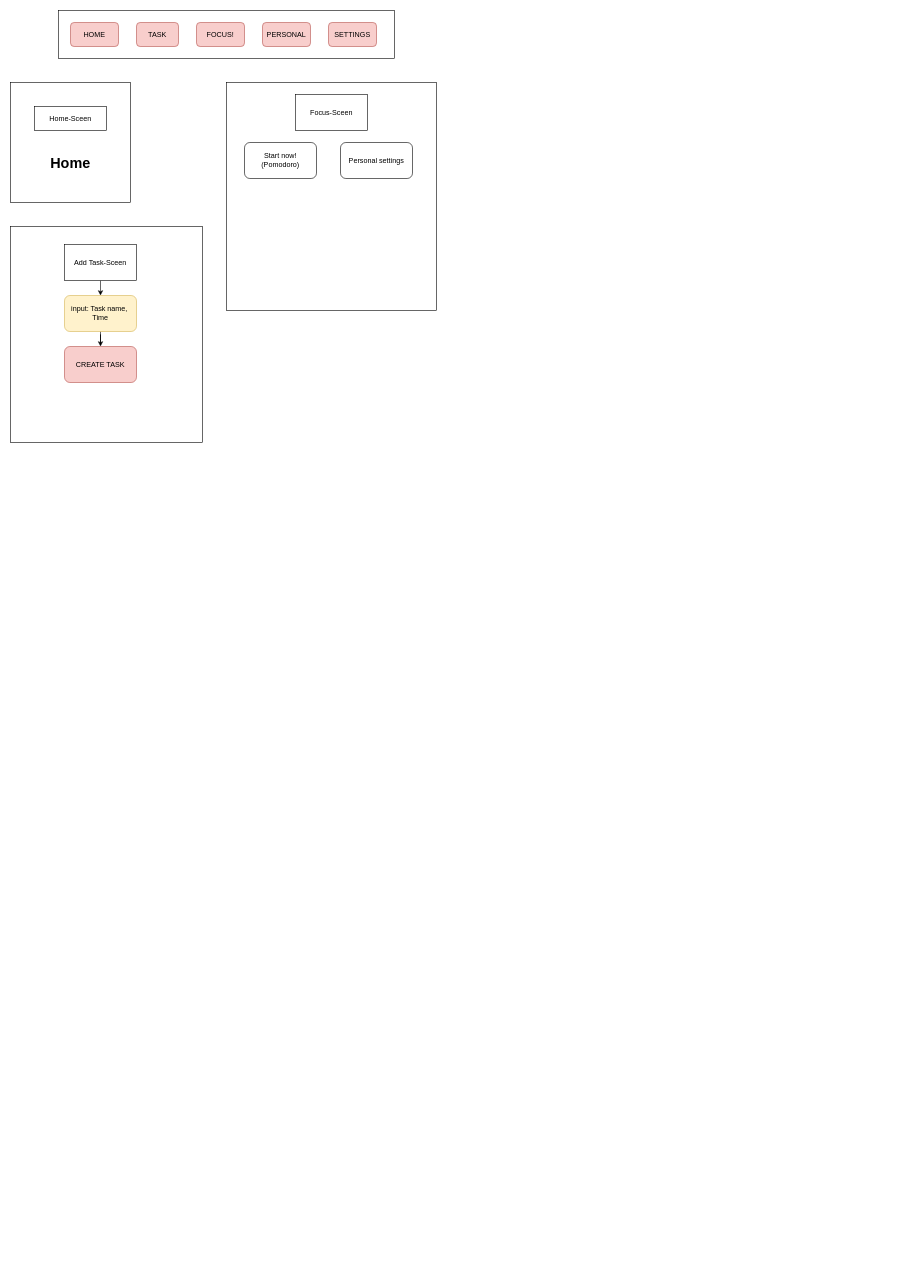
chauanhhhhh/Demo keeps this draw.io diagram as page "Seite-2" (2 of 4) of Unbenanntes Diagramm.drawio. Above is the earlier version. Source tidied: cells renumbered, new cells numbered last; positions are measured from the earlier drawing's top-left corner, leaving out a move shared by most shapes. Both pictures are drawn from the tidied source at 60%, with x=0, y=0 at pixel (10, 10).
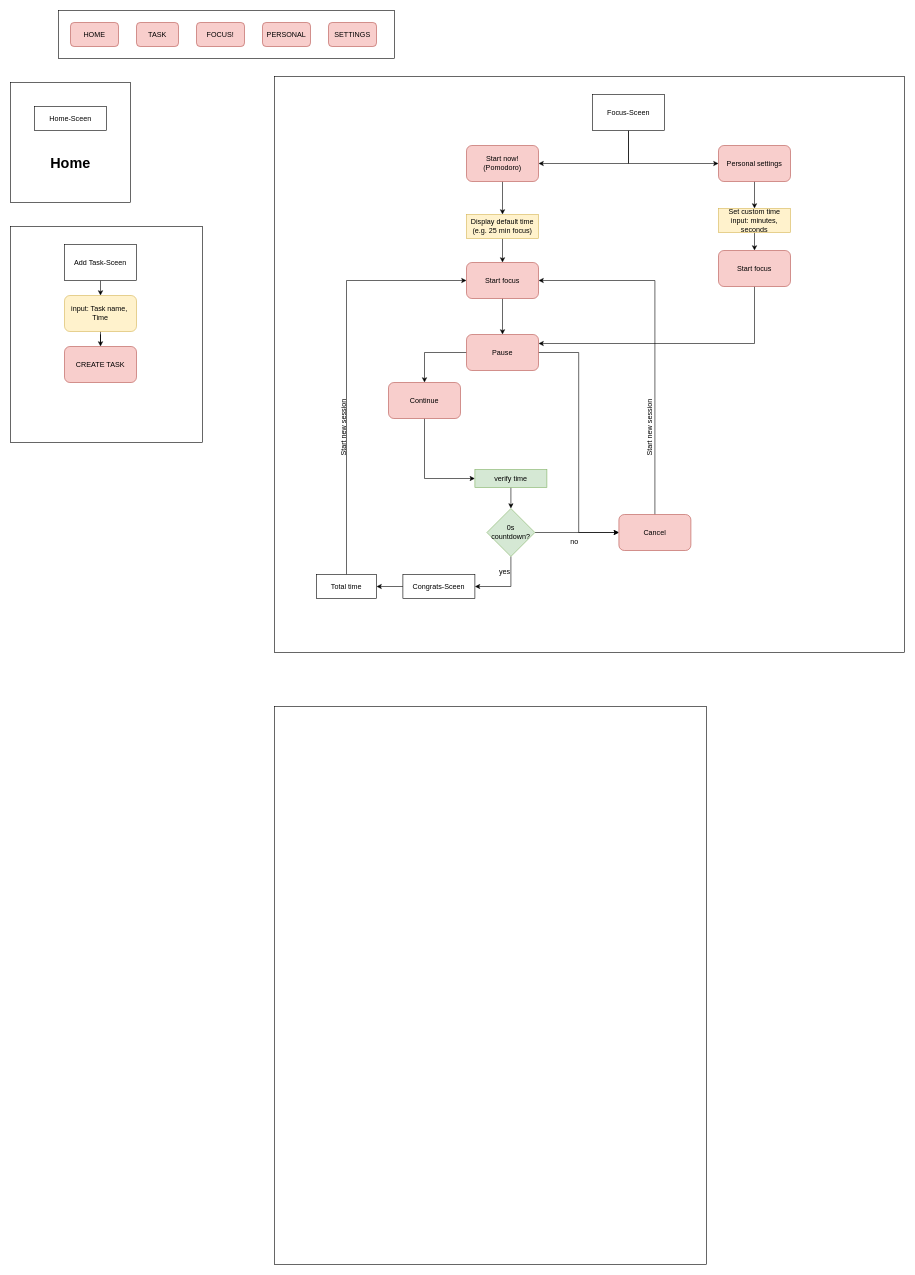
Above is the later version.

What changed in the source:
```diff
@@
     <mxCell id="17" style="rounded=0;whiteSpace=wrap;html=1;" parent="1" vertex="1">
-      <mxGeometry x="360" y="120" width="350" height="380" as="geometry" />
+      <mxGeometry x="440" y="110" width="1050" height="960" as="geometry" />
     </mxCell>
+    <mxCell id="21" style="edgeStyle=orthogonalEdgeStyle;rounded=0;jettySize=auto;html=1;exitX=0.5;exitY=1;exitDx=0;exitDy=0;entryX=1;entryY=0.5;entryDx=0;entryDy=0;" parent="1" edge="1" source="18" target="19">
+      <mxGeometry relative="1" as="geometry" />
+    </mxCell>
+    <mxCell id="22" style="edgeStyle=orthogonalEdgeStyle;rounded=0;jettySize=auto;html=1;exitX=0.5;exitY=1;exitDx=0;exitDy=0;entryX=0;entryY=0.5;entryDx=0;entryDy=0;" parent="1" edge="1" source="18" target="20">
+      <mxGeometry relative="1" as="geometry" />
+    </mxCell>
     <mxCell id="18" value="Focus-Sceen" style="rounded=0;whiteSpace=wrap;html=1;" parent="1" vertex="1">
-      <mxGeometry x="475" y="140" width="120" height="60" as="geometry" />
+      <mxGeometry x="970" y="140" width="120" height="60" as="geometry" />
     </mxCell>
+    <mxCell id="23" style="edgeStyle=orthogonalEdgeStyle;rounded=0;jettySize=auto;html=1;exitX=0.5;exitY=1;exitDx=0;exitDy=0;entryX=0.5;entryY=0;entryDx=0;entryDy=0;" parent="1" edge="1" source="19" target="26">
+      <mxGeometry relative="1" as="geometry" />
+    </mxCell>
-    <mxCell id="19" value="Start now!&lt;div&gt;(Pomodoro)&lt;/div&gt;" style="rounded=1;whiteSpace=wrap;html=1;" parent="1" vertex="1">
-      <mxGeometry x="390" y="220" width="120" height="60" as="geometry" />
+    <mxCell id="19" value="Start now!&lt;div&gt;(Pomodoro)&lt;/div&gt;" style="rounded=1;whiteSpace=wrap;html=1;fillColor=#f8cecc;strokeColor=#b85450;" parent="1" vertex="1">
+      <mxGeometry x="760" y="225" width="120" height="60" as="geometry" />
     </mxCell>
+    <mxCell id="24" style="edgeStyle=orthogonalEdgeStyle;rounded=0;jettySize=auto;html=1;exitX=0.5;exitY=1;exitDx=0;exitDy=0;entryX=0.5;entryY=0;entryDx=0;entryDy=0;" parent="1" edge="1" source="20" target="50">
+      <mxGeometry relative="1" as="geometry" />
+    </mxCell>
-    <mxCell id="20" value="Personal settings" style="rounded=1;whiteSpace=wrap;html=1;" parent="1" vertex="1">
-      <mxGeometry x="550" y="220" width="120" height="60" as="geometry" />
+    <mxCell id="20" value="Personal settings" style="rounded=1;whiteSpace=wrap;html=1;fillColor=#f8cecc;strokeColor=#b85450;" parent="1" vertex="1">
+      <mxGeometry x="1180" y="225" width="120" height="60" as="geometry" />
     </mxCell>
+    <mxCell id="25" style="edgeStyle=orthogonalEdgeStyle;rounded=0;jettySize=auto;html=1;exitX=0.5;exitY=1;exitDx=0;exitDy=0;" parent="1" edge="1" source="26" target="28">
+      <mxGeometry relative="1" as="geometry" />
+    </mxCell>
+    <mxCell id="26" value="Display default time&lt;div&gt;(e.g. 25 min focus)&lt;/div&gt;" style="rounded=0;whiteSpace=wrap;html=1;fillColor=#fff2cc;strokeColor=#d6b656;" parent="1" vertex="1">
+      <mxGeometry x="760" y="340" width="120" height="40" as="geometry" />
+    </mxCell>
+    <mxCell id="27" style="edgeStyle=orthogonalEdgeStyle;rounded=0;jettySize=auto;html=1;exitX=0.5;exitY=1;exitDx=0;exitDy=0;entryX=0.5;entryY=0;entryDx=0;entryDy=0;" parent="1" edge="1" source="28" target="31">
+      <mxGeometry relative="1" as="geometry" />
+    </mxCell>
+    <mxCell id="28" value="Start focus" style="rounded=1;whiteSpace=wrap;html=1;fillColor=#f8cecc;strokeColor=#b85450;" parent="1" vertex="1">
+      <mxGeometry x="760" y="420" width="120" height="60" as="geometry" />
+    </mxCell>
+    <mxCell id="29" style="edgeStyle=orthogonalEdgeStyle;rounded=0;jettySize=auto;html=1;exitX=0;exitY=0.5;exitDx=0;exitDy=0;entryX=0.5;entryY=0;entryDx=0;entryDy=0;" parent="1" edge="1" source="31" target="33">
+      <mxGeometry relative="1" as="geometry" />
+    </mxCell>
+    <mxCell id="30" style="edgeStyle=orthogonalEdgeStyle;rounded=0;jettySize=auto;html=1;exitX=1;exitY=0.5;exitDx=0;exitDy=0;entryX=0;entryY=0.5;entryDx=0;entryDy=0;" parent="1" edge="1" source="31" target="41">
+      <mxGeometry relative="1" as="geometry" />
+    </mxCell>
+    <mxCell id="31" value="Pause" style="rounded=1;whiteSpace=wrap;html=1;fillColor=#f8cecc;strokeColor=#b85450;" parent="1" vertex="1">
+      <mxGeometry x="760" y="540" width="120" height="60" as="geometry" />
+    </mxCell>
+    <mxCell id="32" style="edgeStyle=orthogonalEdgeStyle;rounded=0;jettySize=auto;html=1;exitX=0.5;exitY=1;exitDx=0;exitDy=0;entryX=0;entryY=0.5;entryDx=0;entryDy=0;" parent="1" edge="1" source="33" target="43">
+      <mxGeometry relative="1" as="geometry" />
+    </mxCell>
+    <mxCell id="33" value="Continue" style="rounded=1;whiteSpace=wrap;html=1;fillColor=#f8cecc;strokeColor=#b85450;" parent="1" vertex="1">
+      <mxGeometry x="630" y="620" width="120" height="60" as="geometry" />
+    </mxCell>
+    <mxCell id="34" style="edgeStyle=orthogonalEdgeStyle;rounded=0;jettySize=auto;html=1;exitX=0.5;exitY=1;exitDx=0;exitDy=0;entryX=1;entryY=0.5;entryDx=0;entryDy=0;" parent="1" edge="1" source="36" target="38">
+      <mxGeometry relative="1" as="geometry" />
+    </mxCell>
+    <mxCell id="35" style="edgeStyle=orthogonalEdgeStyle;rounded=0;jettySize=auto;html=1;exitX=1;exitY=0.5;exitDx=0;exitDy=0;entryX=0;entryY=0.5;entryDx=0;entryDy=0;" parent="1" edge="1" source="36" target="41">
+      <mxGeometry relative="1" as="geometry" />
+    </mxCell>
+    <mxCell id="36" value="0s countdown?" style="rhombus;whiteSpace=wrap;html=1;fillColor=#d5e8d4;strokeColor=#82b366;" parent="1" vertex="1">
+      <mxGeometry x="794" y="830" width="80" height="80" as="geometry" />
+    </mxCell>
+    <mxCell id="37" style="edgeStyle=orthogonalEdgeStyle;rounded=0;jettySize=auto;html=1;exitX=0;exitY=0.5;exitDx=0;exitDy=0;entryX=1;entryY=0.5;entryDx=0;entryDy=0;" parent="1" edge="1" source="38" target="46">
+      <mxGeometry relative="1" as="geometry" />
+    </mxCell>
+    <mxCell id="38" value="Congrats-Sceen" style="rounded=0;whiteSpace=wrap;html=1;" parent="1" vertex="1">
+      <mxGeometry x="654" y="940" width="120" height="40" as="geometry" />
+    </mxCell>
+    <mxCell id="39" value="yes" style="text;html=1;align=center;verticalAlign=middle;whiteSpace=wrap;rounded=0;" parent="1" vertex="1">
+      <mxGeometry x="794" y="920" width="60" height="30" as="geometry" />
+    </mxCell>
+    <mxCell id="40" style="edgeStyle=orthogonalEdgeStyle;rounded=0;jettySize=auto;html=1;exitX=0.5;exitY=0;exitDx=0;exitDy=0;entryX=1;entryY=0.5;entryDx=0;entryDy=0;" parent="1" edge="1" source="41" target="28">
+      <mxGeometry relative="1" as="geometry" />
+    </mxCell>
+    <mxCell id="41" value="Cancel" style="rounded=1;whiteSpace=wrap;html=1;fillColor=#f8cecc;strokeColor=#b85450;" parent="1" vertex="1">
+      <mxGeometry x="1014" y="840" width="120" height="60" as="geometry" />
+    </mxCell>
+    <mxCell id="42" style="edgeStyle=orthogonalEdgeStyle;rounded=0;jettySize=auto;html=1;exitX=0.5;exitY=1;exitDx=0;exitDy=0;entryX=0.5;entryY=0;entryDx=0;entryDy=0;" parent="1" edge="1" source="43" target="36">
+      <mxGeometry relative="1" as="geometry" />
+    </mxCell>
+    <mxCell id="43" value="verify time" style="rounded=0;whiteSpace=wrap;html=1;fillColor=#d5e8d4;strokeColor=#82b366;" parent="1" vertex="1">
+      <mxGeometry x="774" y="765" width="120" height="30" as="geometry" />
+    </mxCell>
+    <mxCell id="44" value="no" style="text;html=1;align=center;verticalAlign=middle;whiteSpace=wrap;rounded=0;" parent="1" vertex="1">
+      <mxGeometry x="910" y="870" width="60" height="30" as="geometry" />
+    </mxCell>
+    <mxCell id="45" style="edgeStyle=orthogonalEdgeStyle;rounded=0;jettySize=auto;html=1;exitX=0.5;exitY=0;exitDx=0;exitDy=0;entryX=0;entryY=0.5;entryDx=0;entryDy=0;" parent="1" edge="1" source="46" target="28">
+      <mxGeometry relative="1" as="geometry" />
+    </mxCell>
+    <mxCell id="46" value="Total time" style="rounded=0;whiteSpace=wrap;html=1;" parent="1" vertex="1">
+      <mxGeometry x="510" y="940" width="100" height="40" as="geometry" />
+    </mxCell>
+    <mxCell id="47" value="Start new session" style="text;html=1;align=center;verticalAlign=middle;whiteSpace=wrap;rounded=0;rotation=270;" parent="1" vertex="1">
+      <mxGeometry x="490" y="680" width="130" height="30" as="geometry" />
+    </mxCell>
+    <mxCell id="48" value="Start new session" style="text;html=1;align=center;verticalAlign=middle;whiteSpace=wrap;rounded=0;rotation=270;" parent="1" vertex="1">
+      <mxGeometry x="1000" y="680" width="130" height="30" as="geometry" />
+    </mxCell>
+    <mxCell id="49" style="edgeStyle=orthogonalEdgeStyle;rounded=0;jettySize=auto;html=1;exitX=0.5;exitY=1;exitDx=0;exitDy=0;entryX=0.5;entryY=0;entryDx=0;entryDy=0;" parent="1" edge="1" source="50" target="52">
+      <mxGeometry relative="1" as="geometry" />
+    </mxCell>
+    <mxCell id="50" value="Set custom time&lt;div&gt;input: minutes, seconds&lt;/div&gt;" style="rounded=0;whiteSpace=wrap;html=1;fillColor=#fff2cc;strokeColor=#d6b656;" parent="1" vertex="1">
+      <mxGeometry x="1180" y="330" width="120" height="40" as="geometry" />
+    </mxCell>
+    <mxCell id="51" style="edgeStyle=orthogonalEdgeStyle;rounded=0;jettySize=auto;html=1;exitX=0.5;exitY=1;exitDx=0;exitDy=0;entryX=1;entryY=0.25;entryDx=0;entryDy=0;" parent="1" edge="1" source="52" target="31">
+      <mxGeometry relative="1" as="geometry" />
+    </mxCell>
+    <mxCell id="52" value="Start focus" style="rounded=1;whiteSpace=wrap;html=1;fillColor=#f8cecc;strokeColor=#b85450;" parent="1" vertex="1">
+      <mxGeometry x="1180" y="400" width="120" height="60" as="geometry" />
+    </mxCell>
+    <mxCell id="53" style="rounded=0;whiteSpace=wrap;html=1;" parent="1" vertex="1">
+      <mxGeometry x="440" y="1160" width="720" height="930" as="geometry" />
+    </mxCell>
```
